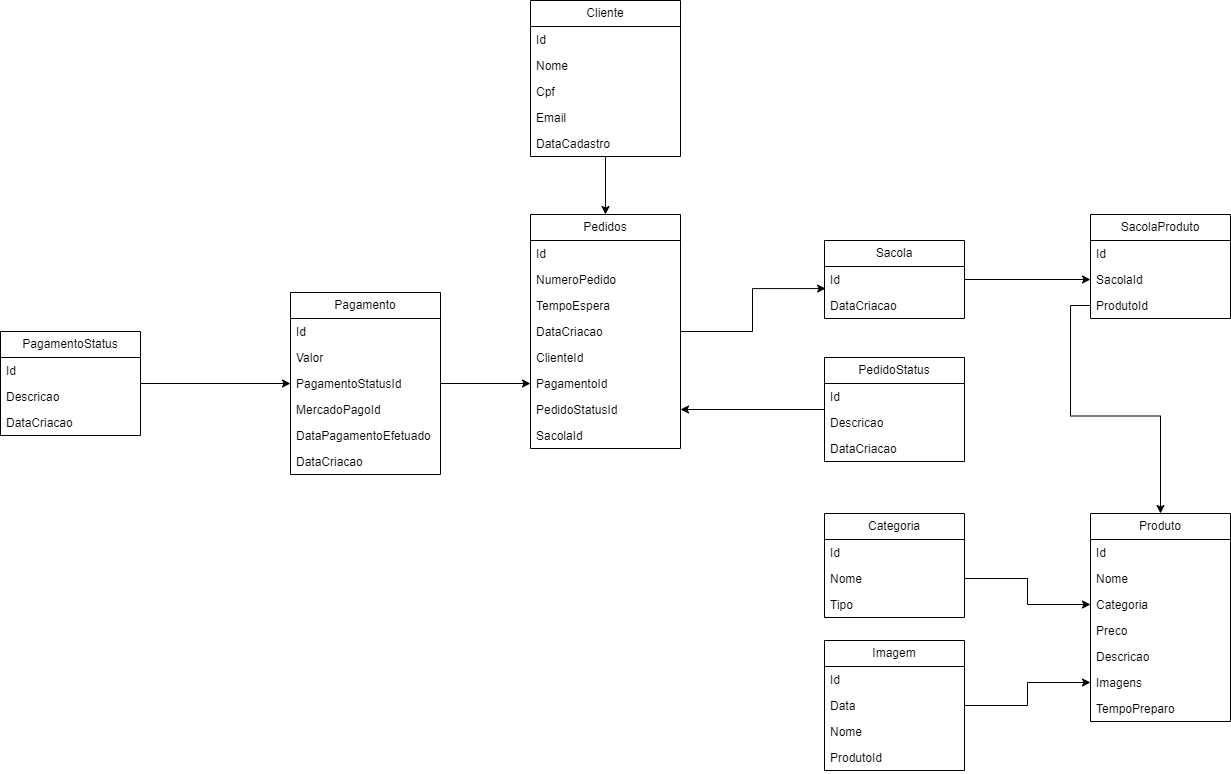
This is Readme/BancoDeDados.png from RafaelKamada/FoodOrder, a draw.io export, as it was before one commit. Source tidied: cells renumbered, new cells last; positions are measured from the earlier drawing's top-left corner, leaving out a move shared by most shapes. The source it was exported from:
```xml
<mxGraphModel>
  <root>
    <mxCell id="0" />
    <mxCell id="1" parent="0" />
    <mxCell id="2" style="edgeStyle=orthogonalEdgeStyle;rounded=0;jettySize=auto;html=1;entryX=0.5;entryY=0;entryDx=0;entryDy=0;" parent="1" edge="1" source="3" target="21">
      <mxGeometry relative="1" as="geometry" />
    </mxCell>
    <mxCell id="3" value="Cliente" style="swimlane;fontStyle=0;horizontal=1;startSize=26;fillColor=none;whiteSpace=wrap;html=1;" parent="1" vertex="1">
      <mxGeometry x="530" width="150" height="156" as="geometry" />
    </mxCell>
    <mxCell id="4" value="Id" style="text;strokeColor=none;fillColor=none;align=left;verticalAlign=top;spacingLeft=4;spacingRight=4;overflow=hidden;whiteSpace=wrap;html=1;" parent="3" vertex="1">
      <mxGeometry y="26" width="150" height="26" as="geometry" />
    </mxCell>
    <mxCell id="5" value="Nome" style="text;strokeColor=none;fillColor=none;align=left;verticalAlign=top;spacingLeft=4;spacingRight=4;overflow=hidden;whiteSpace=wrap;html=1;" parent="3" vertex="1">
      <mxGeometry y="52" width="150" height="26" as="geometry" />
    </mxCell>
    <mxCell id="6" value="Cpf" style="text;strokeColor=none;fillColor=none;align=left;verticalAlign=top;spacingLeft=4;spacingRight=4;overflow=hidden;whiteSpace=wrap;html=1;" parent="3" vertex="1">
      <mxGeometry y="78" width="150" height="26" as="geometry" />
    </mxCell>
    <mxCell id="7" value="Email" style="text;strokeColor=none;fillColor=none;align=left;verticalAlign=top;spacingLeft=4;spacingRight=4;overflow=hidden;whiteSpace=wrap;html=1;" parent="3" vertex="1">
      <mxGeometry y="104" width="150" height="26" as="geometry" />
    </mxCell>
    <mxCell id="8" value="DataCadastro" style="text;strokeColor=none;fillColor=none;align=left;verticalAlign=top;spacingLeft=4;spacingRight=4;overflow=hidden;whiteSpace=wrap;html=1;" parent="3" vertex="1">
      <mxGeometry y="130" width="150" height="26" as="geometry" />
    </mxCell>
    <mxCell id="9" value="Produto" style="swimlane;fontStyle=0;horizontal=1;startSize=26;fillColor=none;whiteSpace=wrap;html=1;" parent="1" vertex="1">
      <mxGeometry x="1090" y="513" width="140" height="208" as="geometry" />
    </mxCell>
    <mxCell id="10" value="Id" style="text;strokeColor=none;fillColor=none;align=left;verticalAlign=top;spacingLeft=4;spacingRight=4;overflow=hidden;whiteSpace=wrap;html=1;" parent="9" vertex="1">
      <mxGeometry y="26" width="140" height="26" as="geometry" />
    </mxCell>
    <mxCell id="11" value="Nome" style="text;strokeColor=none;fillColor=none;align=left;verticalAlign=top;spacingLeft=4;spacingRight=4;overflow=hidden;whiteSpace=wrap;html=1;" parent="9" vertex="1">
      <mxGeometry y="52" width="140" height="26" as="geometry" />
    </mxCell>
    <mxCell id="12" value="Categoria" style="text;strokeColor=none;fillColor=none;align=left;verticalAlign=top;spacingLeft=4;spacingRight=4;overflow=hidden;points=[[0,0.5],[1,0.5]];portConstraint=eastwest;whiteSpace=wrap;html=1;" parent="9" vertex="1">
      <mxGeometry y="78" width="140" height="26" as="geometry" />
    </mxCell>
    <mxCell id="13" value="Preco" style="text;strokeColor=none;fillColor=none;align=left;verticalAlign=top;spacingLeft=4;spacingRight=4;overflow=hidden;whiteSpace=wrap;html=1;" parent="9" vertex="1">
      <mxGeometry y="104" width="140" height="26" as="geometry" />
    </mxCell>
    <mxCell id="14" value="Descricao" style="text;strokeColor=none;fillColor=none;align=left;verticalAlign=top;spacingLeft=4;spacingRight=4;overflow=hidden;whiteSpace=wrap;html=1;" parent="9" vertex="1">
      <mxGeometry y="130" width="140" height="26" as="geometry" />
    </mxCell>
    <mxCell id="15" value="Imagens" style="text;strokeColor=none;fillColor=none;align=left;verticalAlign=top;spacingLeft=4;spacingRight=4;overflow=hidden;points=[[0,0.5],[1,0.5]];portConstraint=eastwest;whiteSpace=wrap;html=1;" parent="9" vertex="1">
      <mxGeometry y="156" width="140" height="26" as="geometry" />
    </mxCell>
    <mxCell id="16" value="TempoPreparo" style="text;strokeColor=none;fillColor=none;align=left;verticalAlign=top;spacingLeft=4;spacingRight=4;overflow=hidden;whiteSpace=wrap;html=1;" parent="9" vertex="1">
      <mxGeometry y="182" width="140" height="26" as="geometry" />
    </mxCell>
    <mxCell id="17" value="Categoria" style="swimlane;fontStyle=0;horizontal=1;startSize=26;fillColor=none;whiteSpace=wrap;html=1;" parent="1" vertex="1">
      <mxGeometry x="824" y="513" width="140" height="104" as="geometry" />
    </mxCell>
    <mxCell id="18" value="Id" style="text;strokeColor=none;fillColor=none;align=left;verticalAlign=top;spacingLeft=4;spacingRight=4;overflow=hidden;whiteSpace=wrap;html=1;" parent="17" vertex="1">
      <mxGeometry y="26" width="140" height="26" as="geometry" />
    </mxCell>
    <mxCell id="19" value="Nome" style="text;strokeColor=none;fillColor=none;align=left;verticalAlign=top;spacingLeft=4;spacingRight=4;overflow=hidden;points=[[0,0.5],[1,0.5]];portConstraint=eastwest;whiteSpace=wrap;html=1;" parent="17" vertex="1">
      <mxGeometry y="52" width="140" height="26" as="geometry" />
    </mxCell>
    <mxCell id="20" value="Tipo" style="text;strokeColor=none;fillColor=none;align=left;verticalAlign=top;spacingLeft=4;spacingRight=4;overflow=hidden;whiteSpace=wrap;html=1;" parent="17" vertex="1">
      <mxGeometry y="78" width="140" height="26" as="geometry" />
    </mxCell>
    <mxCell id="21" value="Pedidos" style="swimlane;fontStyle=0;horizontal=1;startSize=26;fillColor=none;whiteSpace=wrap;html=1;" parent="1" vertex="1">
      <mxGeometry x="530" y="214" width="150" height="234" as="geometry" />
    </mxCell>
    <mxCell id="22" value="Id" style="text;strokeColor=none;fillColor=none;align=left;verticalAlign=top;spacingLeft=4;spacingRight=4;overflow=hidden;whiteSpace=wrap;html=1;" parent="21" vertex="1">
      <mxGeometry y="26" width="150" height="26" as="geometry" />
    </mxCell>
    <mxCell id="23" value="NumeroPedido" style="text;strokeColor=none;fillColor=none;align=left;verticalAlign=top;spacingLeft=4;spacingRight=4;overflow=hidden;whiteSpace=wrap;html=1;" parent="21" vertex="1">
      <mxGeometry y="52" width="150" height="26" as="geometry" />
    </mxCell>
    <mxCell id="24" value="TempoEspera" style="text;strokeColor=none;fillColor=none;align=left;verticalAlign=top;spacingLeft=4;spacingRight=4;overflow=hidden;whiteSpace=wrap;html=1;" parent="21" vertex="1">
      <mxGeometry y="78" width="150" height="26" as="geometry" />
    </mxCell>
    <mxCell id="25" value="DataCriacao" style="text;strokeColor=none;fillColor=none;align=left;verticalAlign=top;spacingLeft=4;spacingRight=4;overflow=hidden;points=[[0,0.5],[1,0.5]];portConstraint=eastwest;whiteSpace=wrap;html=1;" parent="21" vertex="1">
      <mxGeometry y="104" width="150" height="26" as="geometry" />
    </mxCell>
    <mxCell id="26" value="ClienteId" style="text;strokeColor=none;fillColor=none;align=left;verticalAlign=top;spacingLeft=4;spacingRight=4;overflow=hidden;whiteSpace=wrap;html=1;" parent="21" vertex="1">
      <mxGeometry y="130" width="150" height="26" as="geometry" />
    </mxCell>
    <mxCell id="27" value="PagamentoId" style="text;strokeColor=none;fillColor=none;align=left;verticalAlign=top;spacingLeft=4;spacingRight=4;overflow=hidden;points=[[0,0.5],[1,0.5]];portConstraint=eastwest;whiteSpace=wrap;html=1;" parent="21" vertex="1">
      <mxGeometry y="156" width="150" height="26" as="geometry" />
    </mxCell>
    <mxCell id="28" value="PedidoStatusId" style="text;strokeColor=none;fillColor=none;align=left;verticalAlign=top;spacingLeft=4;spacingRight=4;overflow=hidden;points=[[0,0.5],[1,0.5]];portConstraint=eastwest;whiteSpace=wrap;html=1;" parent="21" vertex="1">
      <mxGeometry y="182" width="150" height="26" as="geometry" />
    </mxCell>
    <mxCell id="29" value="SacolaId" style="text;strokeColor=none;fillColor=none;align=left;verticalAlign=top;spacingLeft=4;spacingRight=4;overflow=hidden;whiteSpace=wrap;html=1;" parent="21" vertex="1">
      <mxGeometry y="208" width="150" height="26" as="geometry" />
    </mxCell>
    <mxCell id="30" style="edgeStyle=orthogonalEdgeStyle;rounded=0;jettySize=auto;html=1;entryX=0;entryY=0.5;entryDx=0;entryDy=0;" parent="1" edge="1" source="31" target="36">
      <mxGeometry relative="1" as="geometry" />
    </mxCell>
    <mxCell id="31" value="Sacola" style="swimlane;fontStyle=0;horizontal=1;startSize=26;fillColor=none;whiteSpace=wrap;html=1;" parent="1" vertex="1">
      <mxGeometry x="824" y="240" width="140" height="78" as="geometry" />
    </mxCell>
    <mxCell id="32" value="Id" style="text;strokeColor=none;fillColor=none;align=left;verticalAlign=top;spacingLeft=4;spacingRight=4;overflow=hidden;points=[[0,0.5],[1,0.5]];portConstraint=eastwest;whiteSpace=wrap;html=1;" parent="31" vertex="1">
      <mxGeometry y="26" width="140" height="26" as="geometry" />
    </mxCell>
    <mxCell id="33" value="DataCriacao" style="text;strokeColor=none;fillColor=none;align=left;verticalAlign=top;spacingLeft=4;spacingRight=4;overflow=hidden;whiteSpace=wrap;html=1;" parent="31" vertex="1">
      <mxGeometry y="52" width="140" height="26" as="geometry" />
    </mxCell>
    <mxCell id="34" value="SacolaProduto" style="swimlane;fontStyle=0;horizontal=1;startSize=26;fillColor=none;whiteSpace=wrap;html=1;" parent="1" vertex="1">
      <mxGeometry x="1090" y="214" width="140" height="104" as="geometry" />
    </mxCell>
    <mxCell id="35" value="Id" style="text;strokeColor=none;fillColor=none;align=left;verticalAlign=top;spacingLeft=4;spacingRight=4;overflow=hidden;whiteSpace=wrap;html=1;" parent="34" vertex="1">
      <mxGeometry y="26" width="140" height="26" as="geometry" />
    </mxCell>
    <mxCell id="36" value="SacolaId" style="text;strokeColor=none;fillColor=none;align=left;verticalAlign=top;spacingLeft=4;spacingRight=4;overflow=hidden;points=[[0,0.5],[1,0.5]];portConstraint=eastwest;whiteSpace=wrap;html=1;" parent="34" vertex="1">
      <mxGeometry y="52" width="140" height="26" as="geometry" />
    </mxCell>
    <mxCell id="37" value="ProdutoId" style="text;strokeColor=none;fillColor=none;align=left;verticalAlign=top;spacingLeft=4;spacingRight=4;overflow=hidden;points=[[0,0.5],[1,0.5]];portConstraint=eastwest;whiteSpace=wrap;html=1;" parent="34" vertex="1">
      <mxGeometry y="78" width="140" height="26" as="geometry" />
    </mxCell>
    <mxCell id="38" style="edgeStyle=orthogonalEdgeStyle;rounded=0;jettySize=auto;html=1;entryX=0;entryY=0.5;entryDx=0;entryDy=0;" parent="1" edge="1" source="39" target="27">
      <mxGeometry relative="1" as="geometry" />
    </mxCell>
    <mxCell id="39" value="Pagamento" style="swimlane;fontStyle=0;horizontal=1;startSize=26;fillColor=none;whiteSpace=wrap;html=1;" parent="1" vertex="1">
      <mxGeometry x="290" y="292" width="150" height="182" as="geometry" />
    </mxCell>
    <mxCell id="40" value="Id" style="text;strokeColor=none;fillColor=none;align=left;verticalAlign=top;spacingLeft=4;spacingRight=4;overflow=hidden;whiteSpace=wrap;html=1;" parent="39" vertex="1">
      <mxGeometry y="26" width="150" height="26" as="geometry" />
    </mxCell>
    <mxCell id="41" value="Valor" style="text;strokeColor=none;fillColor=none;align=left;verticalAlign=top;spacingLeft=4;spacingRight=4;overflow=hidden;whiteSpace=wrap;html=1;" parent="39" vertex="1">
      <mxGeometry y="52" width="150" height="26" as="geometry" />
    </mxCell>
    <mxCell id="42" value="PagamentoStatusId" style="text;strokeColor=none;fillColor=none;align=left;verticalAlign=top;spacingLeft=4;spacingRight=4;overflow=hidden;points=[[0,0.5],[1,0.5]];portConstraint=eastwest;whiteSpace=wrap;html=1;" parent="39" vertex="1">
      <mxGeometry y="78" width="150" height="26" as="geometry" />
    </mxCell>
    <mxCell id="43" value="MercadoPagoId" style="text;strokeColor=none;fillColor=none;align=left;verticalAlign=top;spacingLeft=4;spacingRight=4;overflow=hidden;whiteSpace=wrap;html=1;" parent="39" vertex="1">
      <mxGeometry y="104" width="150" height="26" as="geometry" />
    </mxCell>
    <mxCell id="44" value="DataPagamentoEfetuado" style="text;strokeColor=none;fillColor=none;align=left;verticalAlign=top;spacingLeft=4;spacingRight=4;overflow=hidden;whiteSpace=wrap;html=1;" parent="39" vertex="1">
      <mxGeometry y="130" width="150" height="26" as="geometry" />
    </mxCell>
    <mxCell id="45" value="DataCriacao" style="text;strokeColor=none;fillColor=none;align=left;verticalAlign=top;spacingLeft=4;spacingRight=4;overflow=hidden;whiteSpace=wrap;html=1;" parent="39" vertex="1">
      <mxGeometry y="156" width="150" height="26" as="geometry" />
    </mxCell>
    <mxCell id="46" style="edgeStyle=orthogonalEdgeStyle;rounded=0;jettySize=auto;html=1;entryX=0;entryY=0.5;entryDx=0;entryDy=0;" parent="1" edge="1" source="47" target="42">
      <mxGeometry relative="1" as="geometry" />
    </mxCell>
    <mxCell id="47" value="PagamentoStatus" style="swimlane;fontStyle=0;horizontal=1;startSize=26;fillColor=none;whiteSpace=wrap;html=1;" parent="1" vertex="1">
      <mxGeometry y="331" width="140" height="104" as="geometry" />
    </mxCell>
    <mxCell id="48" value="Id" style="text;strokeColor=none;fillColor=none;align=left;verticalAlign=top;spacingLeft=4;spacingRight=4;overflow=hidden;whiteSpace=wrap;html=1;" parent="47" vertex="1">
      <mxGeometry y="26" width="140" height="26" as="geometry" />
    </mxCell>
    <mxCell id="49" value="Descricao" style="text;strokeColor=none;fillColor=none;align=left;verticalAlign=top;spacingLeft=4;spacingRight=4;overflow=hidden;whiteSpace=wrap;html=1;" parent="47" vertex="1">
      <mxGeometry y="52" width="140" height="26" as="geometry" />
    </mxCell>
    <mxCell id="50" value="DataCriacao" style="text;strokeColor=none;fillColor=none;align=left;verticalAlign=top;spacingLeft=4;spacingRight=4;overflow=hidden;whiteSpace=wrap;html=1;" parent="47" vertex="1">
      <mxGeometry y="78" width="140" height="26" as="geometry" />
    </mxCell>
    <mxCell id="51" style="edgeStyle=orthogonalEdgeStyle;rounded=0;jettySize=auto;html=1;entryX=1;entryY=0.5;entryDx=0;entryDy=0;" parent="1" edge="1" source="52" target="28">
      <mxGeometry relative="1" as="geometry" />
    </mxCell>
    <mxCell id="52" value="PedidoStatus" style="swimlane;fontStyle=0;horizontal=1;startSize=26;fillColor=none;whiteSpace=wrap;html=1;" parent="1" vertex="1">
      <mxGeometry x="824" y="357" width="140" height="104" as="geometry" />
    </mxCell>
    <mxCell id="53" value="Id" style="text;strokeColor=none;fillColor=none;align=left;verticalAlign=top;spacingLeft=4;spacingRight=4;overflow=hidden;whiteSpace=wrap;html=1;" parent="52" vertex="1">
      <mxGeometry y="26" width="140" height="26" as="geometry" />
    </mxCell>
    <mxCell id="54" value="Descricao" style="text;strokeColor=none;fillColor=none;align=left;verticalAlign=top;spacingLeft=4;spacingRight=4;overflow=hidden;whiteSpace=wrap;html=1;" parent="52" vertex="1">
      <mxGeometry y="52" width="140" height="26" as="geometry" />
    </mxCell>
    <mxCell id="55" value="DataCriacao" style="text;strokeColor=none;fillColor=none;align=left;verticalAlign=top;spacingLeft=4;spacingRight=4;overflow=hidden;whiteSpace=wrap;html=1;" parent="52" vertex="1">
      <mxGeometry y="78" width="140" height="26" as="geometry" />
    </mxCell>
    <mxCell id="56" value="Imagem" style="swimlane;fontStyle=0;horizontal=1;startSize=26;fillColor=none;whiteSpace=wrap;html=1;" parent="1" vertex="1">
      <mxGeometry x="824" y="640" width="140" height="130" as="geometry" />
    </mxCell>
    <mxCell id="57" value="Id" style="text;strokeColor=none;fillColor=none;align=left;verticalAlign=top;spacingLeft=4;spacingRight=4;overflow=hidden;whiteSpace=wrap;html=1;" parent="56" vertex="1">
      <mxGeometry y="26" width="140" height="26" as="geometry" />
    </mxCell>
    <mxCell id="58" value="Data" style="text;strokeColor=none;fillColor=none;align=left;verticalAlign=top;spacingLeft=4;spacingRight=4;overflow=hidden;points=[[0,0.5],[1,0.5]];portConstraint=eastwest;whiteSpace=wrap;html=1;" parent="56" vertex="1">
      <mxGeometry y="52" width="140" height="26" as="geometry" />
    </mxCell>
    <mxCell id="59" value="Nome" style="text;strokeColor=none;fillColor=none;align=left;verticalAlign=top;spacingLeft=4;spacingRight=4;overflow=hidden;whiteSpace=wrap;html=1;" parent="56" vertex="1">
      <mxGeometry y="78" width="140" height="26" as="geometry" />
    </mxCell>
    <mxCell id="60" value="ProdutoId" style="text;strokeColor=none;fillColor=none;align=left;verticalAlign=top;spacingLeft=4;spacingRight=4;overflow=hidden;whiteSpace=wrap;html=1;" parent="56" vertex="1">
      <mxGeometry y="104" width="140" height="26" as="geometry" />
    </mxCell>
    <mxCell id="61" style="edgeStyle=orthogonalEdgeStyle;rounded=0;jettySize=auto;html=1;entryX=0.008;entryY=0.849;entryDx=0;entryDy=0;entryPerimeter=0;" parent="1" edge="1" source="25" target="32">
      <mxGeometry relative="1" as="geometry" />
    </mxCell>
    <mxCell id="62" style="edgeStyle=orthogonalEdgeStyle;rounded=0;jettySize=auto;html=1;entryX=0;entryY=0.5;entryDx=0;entryDy=0;" parent="1" edge="1" source="19" target="12">
      <mxGeometry relative="1" as="geometry" />
    </mxCell>
    <mxCell id="63" style="edgeStyle=orthogonalEdgeStyle;rounded=0;jettySize=auto;html=1;entryX=0;entryY=0.5;entryDx=0;entryDy=0;" parent="1" edge="1" source="58" target="15">
      <mxGeometry relative="1" as="geometry" />
    </mxCell>
    <mxCell id="64" style="edgeStyle=orthogonalEdgeStyle;rounded=0;jettySize=auto;html=1;entryX=0.5;entryY=0;entryDx=0;entryDy=0;" parent="1" edge="1" source="37" target="9">
      <mxGeometry relative="1" as="geometry" />
    </mxCell>
  </root>
</mxGraphModel>
```
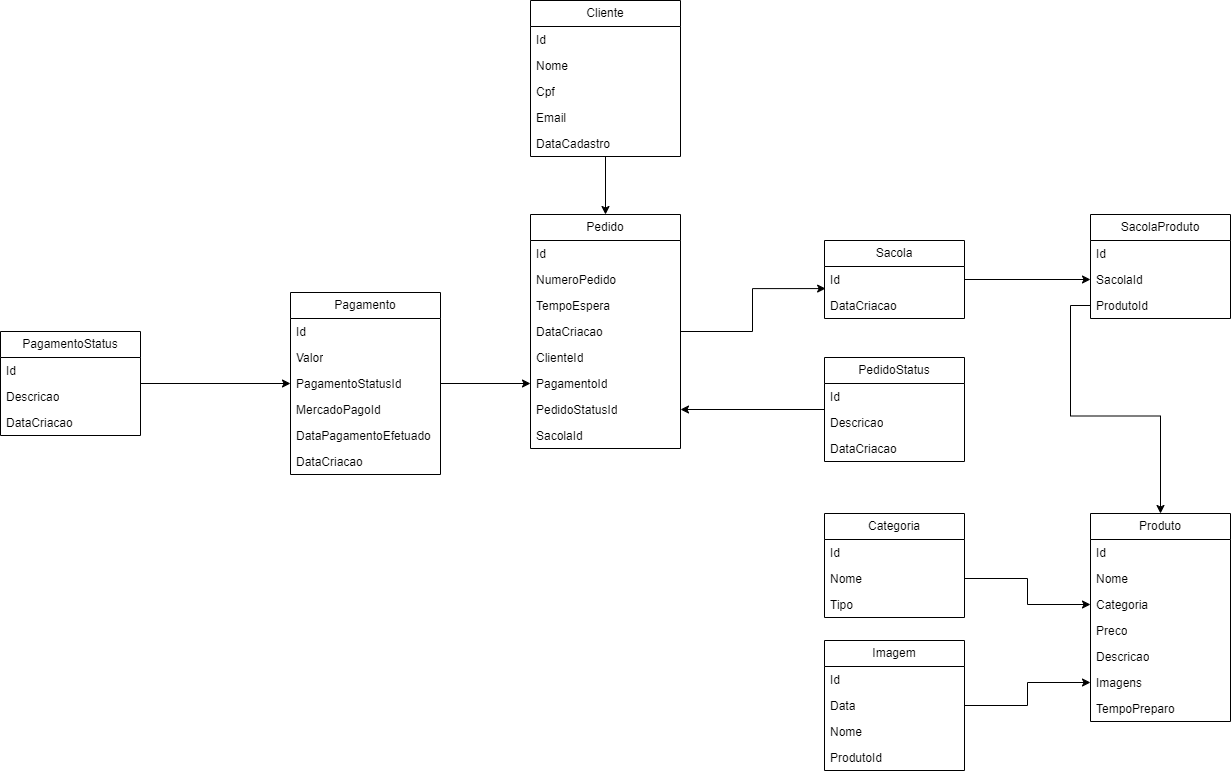
Later version of the same file.

Diff of the diagram source:
```diff
@@ -59,7 +59,7 @@
     <mxCell id="20" value="Tipo" style="text;strokeColor=none;fillColor=none;align=left;verticalAlign=top;spacingLeft=4;spacingRight=4;overflow=hidden;whiteSpace=wrap;html=1;" parent="17" vertex="1">
       <mxGeometry y="78" width="140" height="26" as="geometry" />
     </mxCell>
-    <mxCell id="21" value="Pedidos" style="swimlane;fontStyle=0;horizontal=1;startSize=26;fillColor=none;whiteSpace=wrap;html=1;" parent="1" vertex="1">
+    <mxCell id="21" value="Pedido" style="swimlane;fontStyle=0;horizontal=1;startSize=26;fillColor=none;whiteSpace=wrap;html=1;" parent="1" vertex="1">
       <mxGeometry x="530" y="214" width="150" height="234" as="geometry" />
     </mxCell>
     <mxCell id="22" value="Id" style="text;strokeColor=none;fillColor=none;align=left;verticalAlign=top;spacingLeft=4;spacingRight=4;overflow=hidden;whiteSpace=wrap;html=1;" parent="21" vertex="1">
```
